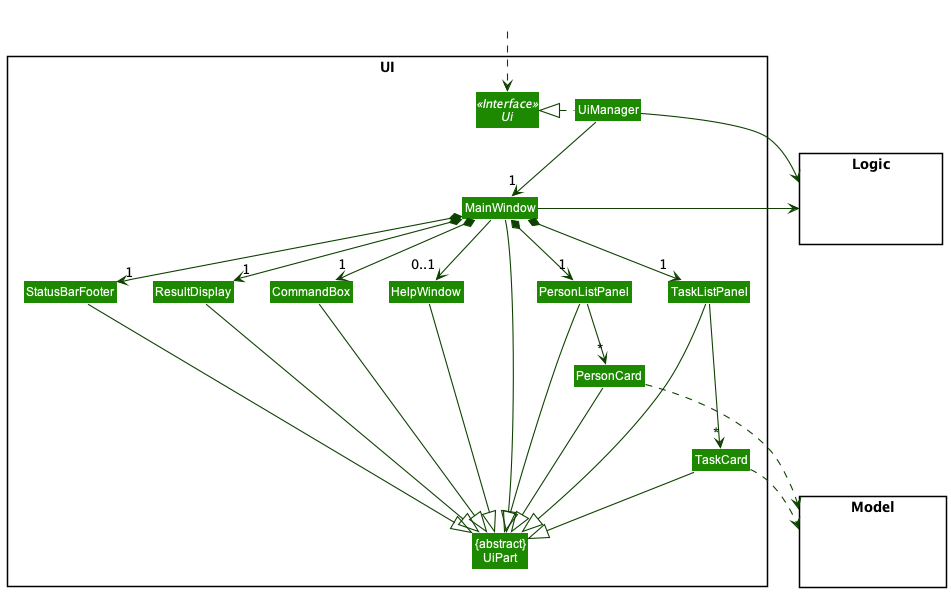
Earlier version of the PlantUML export docs/images/UiClassDiagram.png (tsy24/tp).
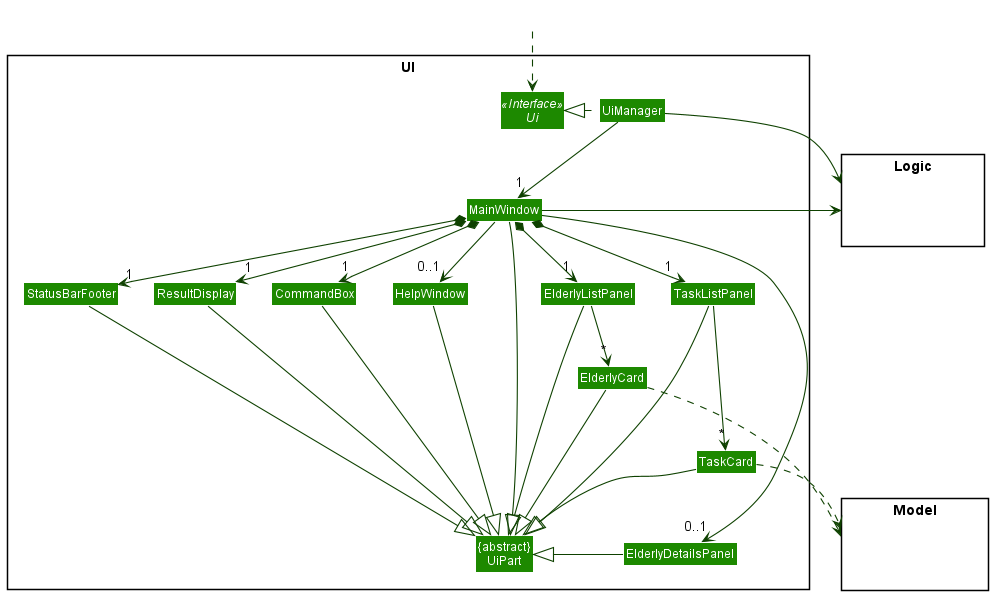
Above is the later version.

Diff of the diagram source:
```diff
@@ -11,12 +11,13 @@
 Class MainWindow
 Class HelpWindow
 Class ResultDisplay
-Class PersonListPanel
-Class PersonCard
+Class ElderlyListPanel
+Class ElderlyCard
 Class TaskListPanel
 Class TaskCard
 Class StatusBarFooter
 Class CommandBox
+Class ElderlyDetailsPanel
 }
 
 package Model <<Rectangle>> {
@@ -34,32 +35,35 @@
 UiManager -down-> "1" MainWindow
 MainWindow *-down->  "1" CommandBox
 MainWindow *-down-> "1" ResultDisplay
-MainWindow *-down-> "1" PersonListPanel
+MainWindow *-down-> "1" ElderlyListPanel
 MainWindow *-down-> "1" TaskListPanel
 MainWindow *-down-> "1" StatusBarFooter
-MainWindow --> "0..1" HelpWindow
+MainWindow -down-> "0..1" HelpWindow
+MainWindow -down-> "0..1" ElderlyDetailsPanel
 
-PersonListPanel -down-> "*" PersonCard
+ElderlyListPanel -down> "*" ElderlyCard
 TaskListPanel -down--> "*" TaskCard
 
 MainWindow -left-|> UiPart
 
+
 ResultDisplay --|> UiPart
 CommandBox --|> UiPart
-PersonListPanel --|> UiPart
-PersonCard --|> UiPart
+ElderlyListPanel --|> UiPart
+ElderlyCard --|> UiPart
 TaskListPanel --|> UiPart
 TaskCard --|> UiPart
 StatusBarFooter --|> UiPart
 HelpWindow --|> UiPart
+ElderlyDetailsPanel -left-|> UiPart
 
-PersonCard ..> Model
+ElderlyCard ..> Model
 TaskCard ..> Model
 UiManager -right-> Logic
 MainWindow -left-> Logic
 
-TaskListPanel -[hidden]left- PersonListPanel
-PersonListPanel -[hidden]left- HelpWindow
+TaskListPanel -[hidden]left- ElderlyListPanel
+ElderlyListPanel -[hidden]left- HelpWindow
 HelpWindow -[hidden]left- CommandBox
 CommandBox -[hidden]left- ResultDisplay
 ResultDisplay -[hidden]left- StatusBarFooter
```
